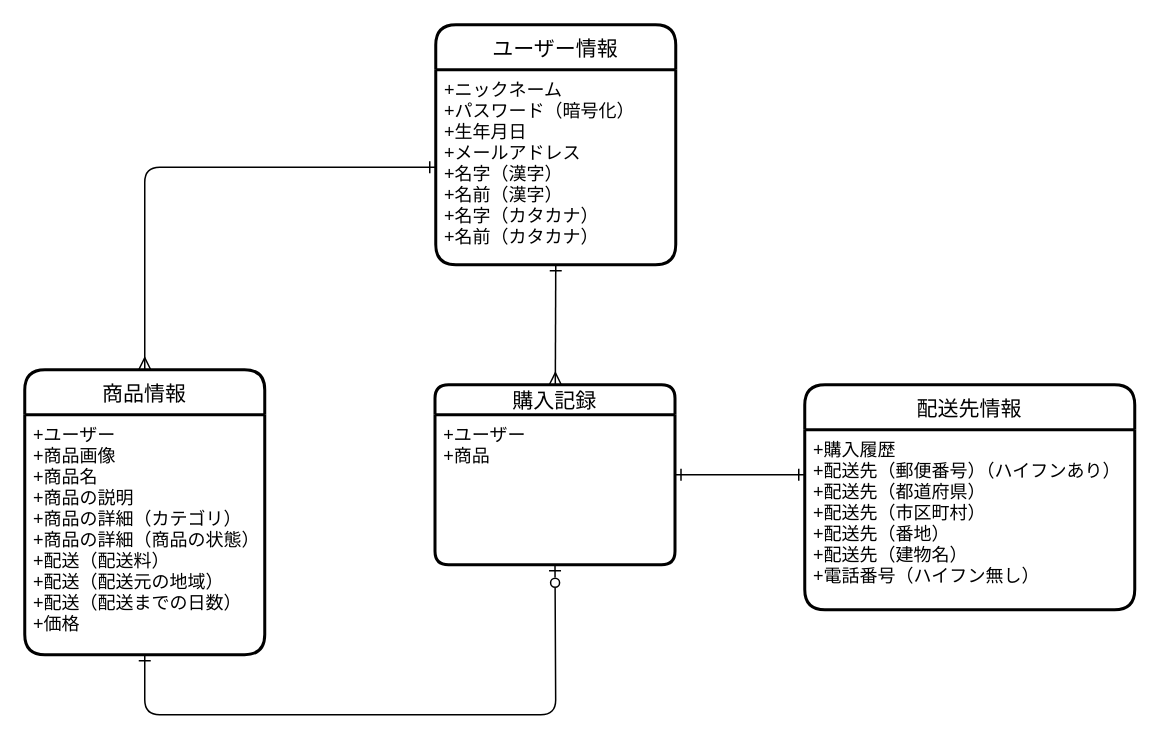
Kogayo/furima-40061 keeps this draw.io diagram as ER.dio. Above is the earlier version. Source tidied: cells renumbered, new cells numbered last; positions are measured from the earlier drawing's top-left corner, leaving out a move shared by most shapes. Both pictures are drawn from the tidied source at 150%, with x=0, y=0 at pixel (24, 24).
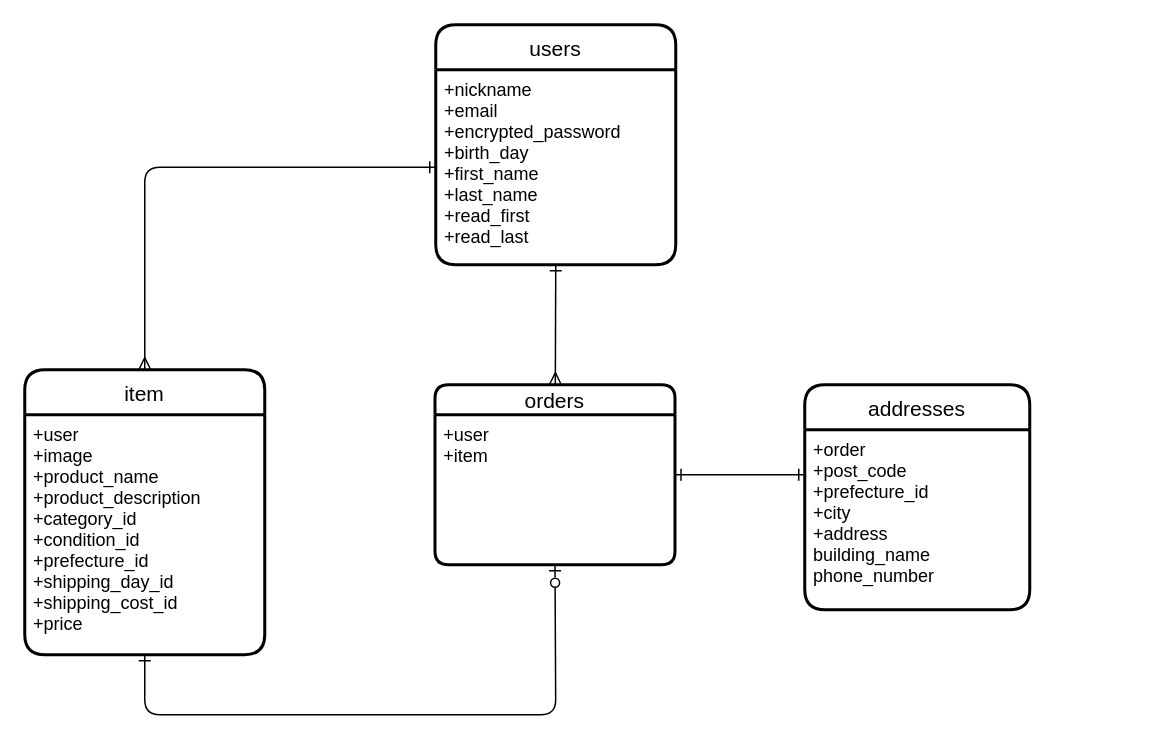
After the change.

What changed in the source:
```diff
@@
 <mxGraphModel>
   <root>
     <mxCell id="0" />
     <mxCell id="1" parent="0" />
-    <mxCell id="2" value="ユーザー情報" style="swimlane;horizontal=1;startSize=30;rounded=1;fontSize=14;fontStyle=0;strokeWidth=2;shadow=0;dashed=0;align=center;" parent="1" vertex="1">
+    <mxCell id="2" value="users" style="swimlane;horizontal=1;startSize=30;rounded=1;fontSize=14;fontStyle=0;strokeWidth=2;shadow=0;dashed=0;align=center;" parent="1" vertex="1">
       <mxGeometry x="274" width="160" height="160" as="geometry" />
     </mxCell>
-    <mxCell id="3" value="+ニックネーム&#10;+パスワード（暗号化）&#10;+生年月日&#10;+メールアドレス&#10;+名字（漢字）&#10;+名前（漢字）&#10;+名字（カタカナ）&#10;+名前（カタカナ）" style="align=left;strokeColor=none;fillColor=none;spacingLeft=4;fontSize=12;verticalAlign=top;" parent="2" vertex="1">
+    <mxCell id="3" value="+nickname&#10;+email&#10;+encrypted_password&#10;+birth_day&#10;+first_name&#10;+last_name&#10;+read_first&#10;+read_last" style="align=left;strokeColor=none;fillColor=none;spacingLeft=4;fontSize=12;verticalAlign=top;" parent="2" vertex="1">
       <mxGeometry y="30" width="160" height="130" as="geometry" />
     </mxCell>
     <mxCell id="4" style="edgeStyle=none;html=1;exitX=0.5;exitY=0;exitDx=0;exitDy=0;entryX=0;entryY=0.5;entryDx=0;entryDy=0;endArrow=ERone;endFill=0;startArrow=ERmany;startFill=0;" parent="1" edge="1" source="5" target="3">
       <mxGeometry relative="1" as="geometry">
         <Array as="points">
           <mxPoint x="80" y="95" />
         </Array>
       </mxGeometry>
     </mxCell>
-    <mxCell id="5" value="商品情報" style="swimlane;horizontal=1;startSize=30;rounded=1;fontSize=14;fontStyle=0;strokeWidth=2;shadow=0;dashed=0;align=center;" parent="1" vertex="1">
+    <mxCell id="5" value="item" style="swimlane;horizontal=1;startSize=30;rounded=1;fontSize=14;fontStyle=0;strokeWidth=2;shadow=0;dashed=0;align=center;" parent="1" vertex="1">
       <mxGeometry y="230" width="160" height="190" as="geometry" />
     </mxCell>
     <mxCell id="6" style="edgeStyle=none;html=1;" parent="5" edge="1" source="7" target="5">
       <mxGeometry relative="1" as="geometry" />
     </mxCell>
-    <mxCell id="7" value="+ユーザー&#10;+商品画像&#10;+商品名&#10;+商品の説明&#10;+商品の詳細（カテゴリ）&#10;+商品の詳細（商品の状態）&#10;+配送（配送料）&#10;+配送（配送元の地域）&#10;+配送（配送までの日数）&#10;+価格" style="align=left;strokeColor=none;fillColor=none;spacingLeft=4;fontSize=12;verticalAlign=top;" parent="5" vertex="1">
+    <mxCell id="7" value="+user&#10;+image&#10;+product_name&#10;+product_description&#10;+category_id&#10;+condition_id&#10;+prefecture_id&#10;+shipping_day_id&#10;+shipping_cost_id&#10;+price" style="align=left;strokeColor=none;fillColor=none;spacingLeft=4;fontSize=12;verticalAlign=top;" parent="5" vertex="1">
       <mxGeometry y="30" width="160" height="160" as="geometry" />
     </mxCell>
     <mxCell id="8" style="edgeStyle=none;html=1;entryX=0.5;entryY=1;entryDx=0;entryDy=0;startArrow=ERmany;startFill=0;endArrow=ERone;endFill=0;" parent="1" edge="1" source="10" target="3">
       <mxGeometry relative="1" as="geometry" />
     </mxCell>
     <mxCell id="9" style="edgeStyle=none;html=1;entryX=0;entryY=0.25;entryDx=0;entryDy=0;startArrow=ERone;startFill=0;endArrow=ERone;endFill=0;" parent="1" edge="1" source="10" target="13">
       <mxGeometry relative="1" as="geometry" />
     </mxCell>
-    <mxCell id="10" value="購入記録" style="swimlane;horizontal=1;startSize=20;rounded=1;fontSize=14;fontStyle=0;strokeWidth=2;shadow=0;dashed=0;align=center;" parent="1" vertex="1">
+    <mxCell id="10" value="orders" style="swimlane;horizontal=1;startSize=20;rounded=1;fontSize=14;fontStyle=0;strokeWidth=2;shadow=0;dashed=0;align=center;" parent="1" vertex="1">
       <mxGeometry x="273.5" y="240" width="160" height="120" as="geometry" />
     </mxCell>
-    <mxCell id="11" value="+ユーザー&#10;+商品" style="align=left;strokeColor=none;fillColor=none;spacingLeft=4;fontSize=12;verticalAlign=top;" parent="10" vertex="1">
+    <mxCell id="11" value="+user&#10;+item" style="align=left;strokeColor=none;fillColor=none;spacingLeft=4;fontSize=12;verticalAlign=top;" parent="10" vertex="1">
       <mxGeometry y="20" width="160" height="100" as="geometry" />
     </mxCell>
-    <mxCell id="12" value="配送先情報" style="swimlane;horizontal=1;startSize=30;rounded=1;fontSize=14;fontStyle=0;strokeWidth=2;shadow=0;dashed=0;align=center;" parent="1" vertex="1">
-      <mxGeometry x="520" y="240" width="220" height="150" as="geometry" />
+    <mxCell id="12" value="addresses" style="swimlane;horizontal=1;startSize=30;rounded=1;fontSize=14;fontStyle=0;strokeWidth=2;shadow=0;dashed=0;align=center;" parent="1" vertex="1">
+      <mxGeometry x="520" y="240" width="150" height="150" as="geometry" />
     </mxCell>
-    <mxCell id="13" value="+購入履歴&#10;+配送先（郵便番号）（ハイフンあり）&#10;+配送先（都道府県）&#10;+配送先（市区町村）&#10;+配送先（番地）&#10;+配送先（建物名）&#10;+電話番号（ハイフン無し）" style="align=left;strokeColor=none;fillColor=none;spacingLeft=4;fontSize=12;verticalAlign=top;" parent="12" vertex="1">
-      <mxGeometry y="30" width="220" height="120" as="geometry" />
+    <mxCell id="13" value="+order&#10;+post_code&#10;+prefecture_id&#10;+city&#10;+address&#10;building_name&#10;phone_number" style="align=left;strokeColor=none;fillColor=none;spacingLeft=4;fontSize=12;verticalAlign=top;" parent="12" vertex="1">
+      <mxGeometry y="30" width="150" height="120" as="geometry" />
     </mxCell>
     <mxCell id="14" style="edgeStyle=none;html=1;entryX=0.5;entryY=1;entryDx=0;entryDy=0;startArrow=ERone;startFill=0;endArrow=ERzeroToOne;endFill=0;" parent="1" edge="1" source="7" target="11">
       <mxGeometry relative="1" as="geometry">
         <Array as="points">
           <mxPoint x="80" y="460" />
           <mxPoint x="354" y="460" />
         </Array>
       </mxGeometry>
     </mxCell>
   </root>
 </mxGraphModel>
```
